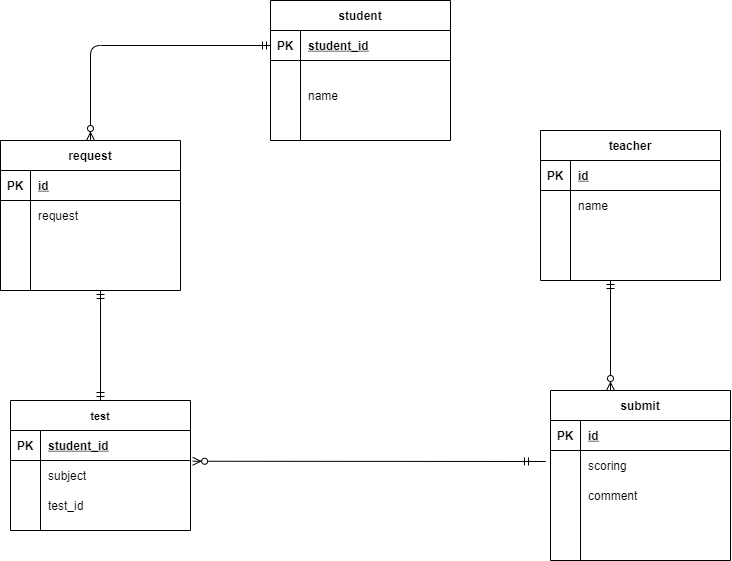
Earlier version of the draw.io export index.drawio.png (kgrkgr/datebase). Source tidied: cells renumbered, new cells last; positions are measured from the earlier drawing's top-left corner, leaving out a move shared by most shapes.
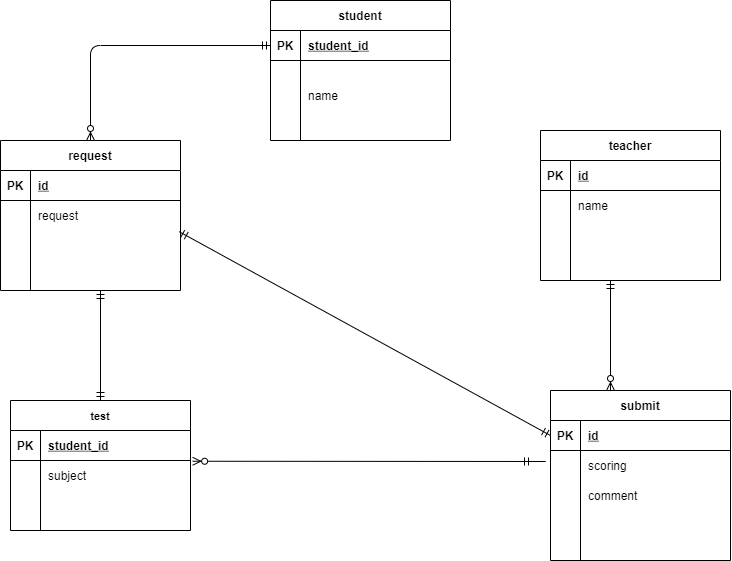
Later version of the same file.

What changed in the source:
```diff
@@ -116,7 +116,7 @@
     <mxCell id="39" style="shape=partialRectangle;fillColor=none;top=0;left=0;bottom=0;right=0;overflow=hidden;" parent="38" vertex="1">
       <mxGeometry width="30" height="30" as="geometry" />
     </mxCell>
-    <mxCell id="40" value="test_id" style="shape=partialRectangle;fillColor=none;top=0;left=0;bottom=0;right=0;align=left;spacingLeft=6;overflow=hidden;" parent="38" vertex="1">
+    <mxCell id="40" style="shape=partialRectangle;fillColor=none;top=0;left=0;bottom=0;right=0;align=left;spacingLeft=6;overflow=hidden;" parent="38" vertex="1">
       <mxGeometry x="30" width="150" height="30" as="geometry" />
     </mxCell>
     <mxCell id="41" value="request" style="shape=table;startSize=30;rowLines=0;fontStyle=1;align=center;" parent="1" vertex="1">
@@ -218,5 +218,8 @@
         <mxPoint x="100" y="290" as="sourcePoint" />
       </mxGeometry>
     </mxCell>
+    <mxCell id="71" style="fontSize=12;html=1;endArrow=ERmandOne;startArrow=ERmandOne;exitX=0.993;exitY=0.041;exitDx=0;exitDy=0;exitPerimeter=0;entryX=0;entryY=0.5;entryDx=0;entryDy=0;" parent="1" edge="1" source="48" target="16">
+      <mxGeometry relative="1" as="geometry" />
+    </mxCell>
   </root>
 </mxGraphModel>
```
